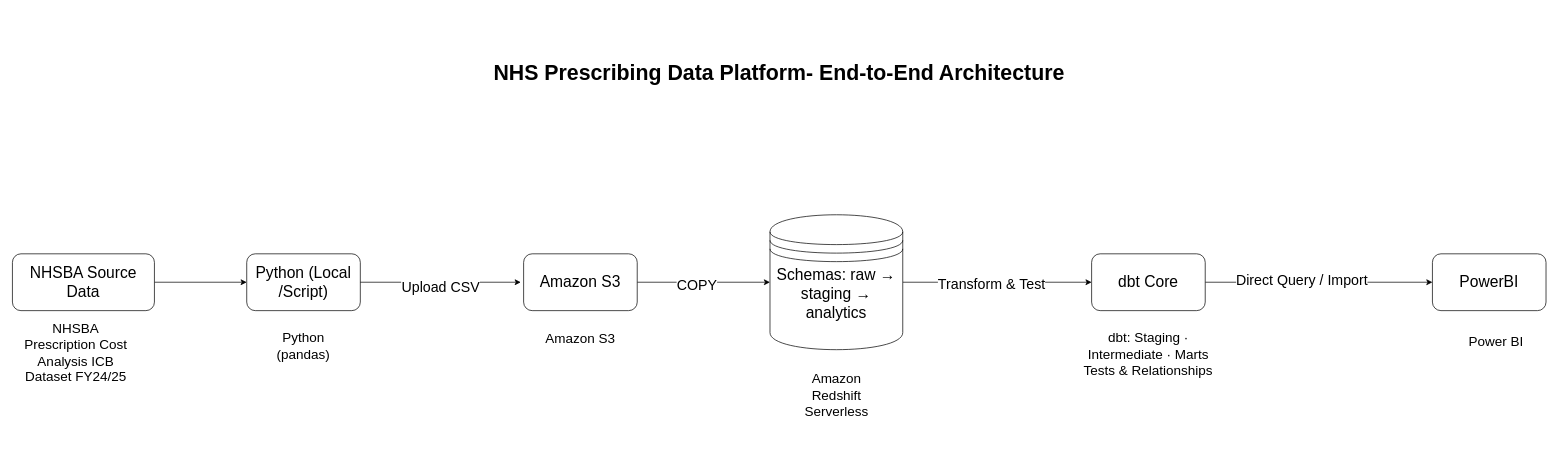
Earlier version of the draw.io diagram docs/diagrams/NHS Prescribing Data Platform.drawio (Venkata2513/nhs-prescribing-analytics-platform). Source tidied: cells renumbered, new cells numbered last; positions are measured from the earlier drawing's top-left corner, leaving out a move shared by most shapes. Both pictures are drawn from the tidied source at 71%, with x=0, y=0 at pixel (12, 12).
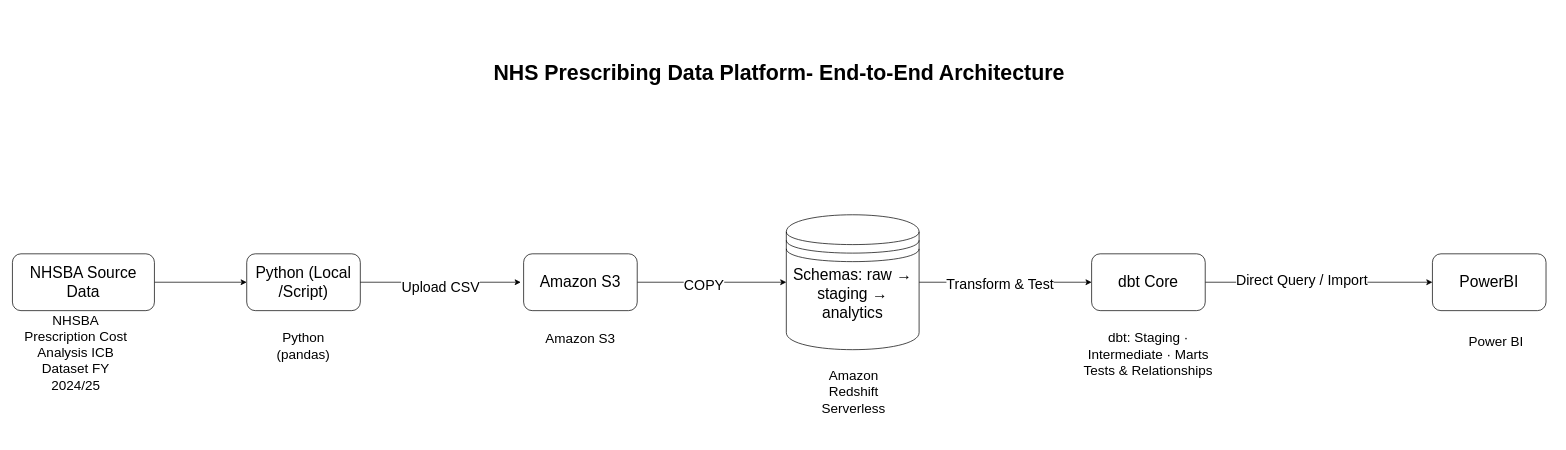
After the change.

Commit message (it also covers changes not shown here):
NHS prescribing analytics platform update

Diff of the diagram source:
```diff
@@
-    <mxCell id="17" value="NHSBA Prescription Cost Analysis ICB Dataset FY24/25" style="text;html=1;whiteSpace=wrap;strokeColor=none;fillColor=none;align=center;verticalAlign=middle;rounded=0;fontSize=19;" parent="1" vertex="1">
+    <mxCell id="17" value="NHSBA Prescription Cost Analysis ICB Dataset FY 2024/25" style="text;html=1;whiteSpace=wrap;strokeColor=none;fillColor=none;align=center;verticalAlign=middle;rounded=0;fontSize=19;" parent="1" vertex="1">
       <mxGeometry x="10" y="430" width="159" height="100" as="geometry" />
     </mxCell>
@@
     <mxCell id="20" value="Amazon Redshift Serverless" style="text;html=1;whiteSpace=wrap;strokeColor=none;fillColor=none;align=center;verticalAlign=middle;rounded=0;fontSize=19;" parent="1" vertex="1">
-      <mxGeometry x="1095.5" y="480" width="130" height="120" as="geometry" />
+      <mxGeometry x="1120" y="475" width="130" height="120" as="geometry" />
     </mxCell>
@@
     <mxCell id="23" value="&lt;p&gt;&lt;code&gt;&lt;font face=&quot;Helvetica&quot; style=&quot;font-size: 22px;&quot;&gt;Schemas: raw → staging → analytics&lt;/font&gt;&lt;/code&gt;&lt;/p&gt;&lt;br&gt;&lt;p&gt;&lt;/p&gt;" style="shape=datastore;whiteSpace=wrap;html=1;align=center;" parent="1" vertex="1">
-      <mxGeometry x="1067" y="285" width="187" height="190" as="geometry" />
+      <mxGeometry x="1090" y="285" width="187" height="190" as="geometry" />
     </mxCell>
```
